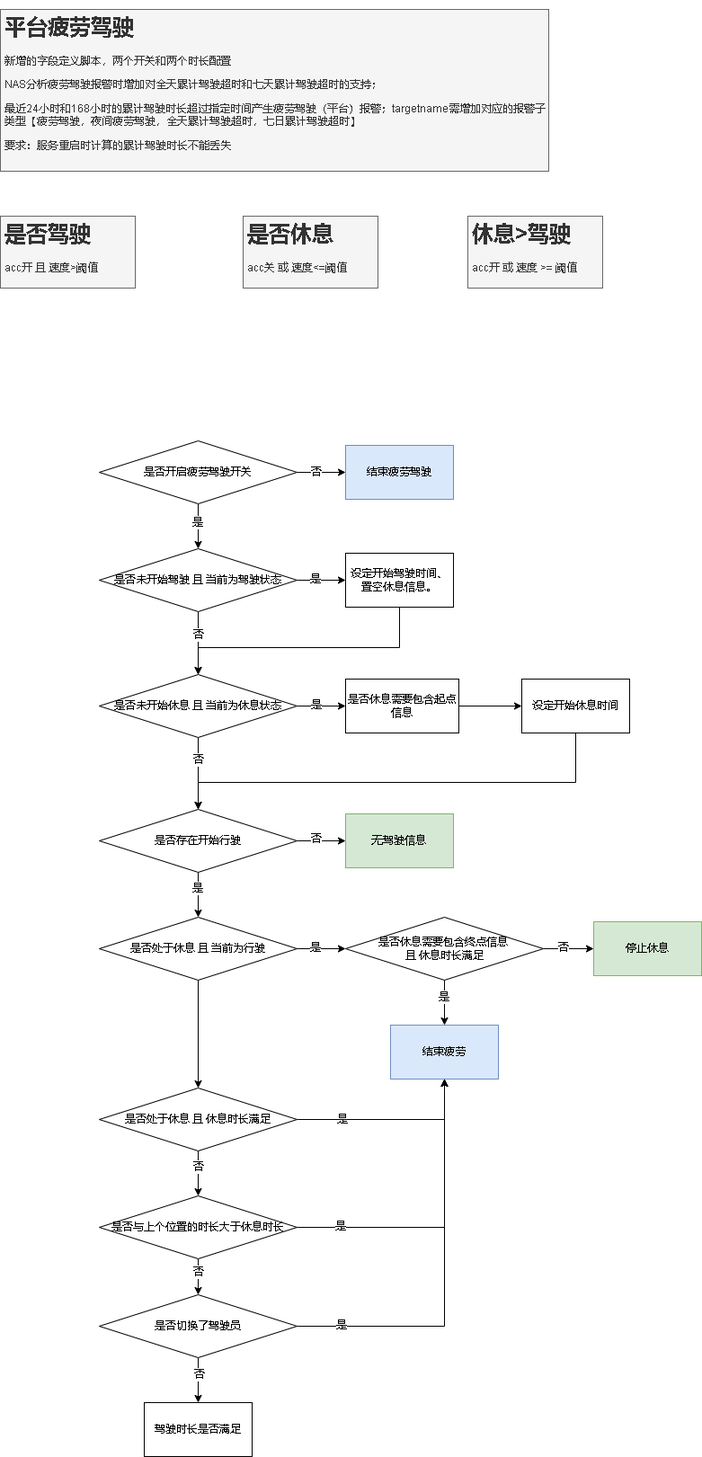
Earlier version of the draw.io export 平台疲劳驾驶.drawio.png (xktder/draw). Source tidied: cells renumbered, new cells last; positions are measured from the earlier drawing's top-left corner, leaving out a move shared by most shapes.
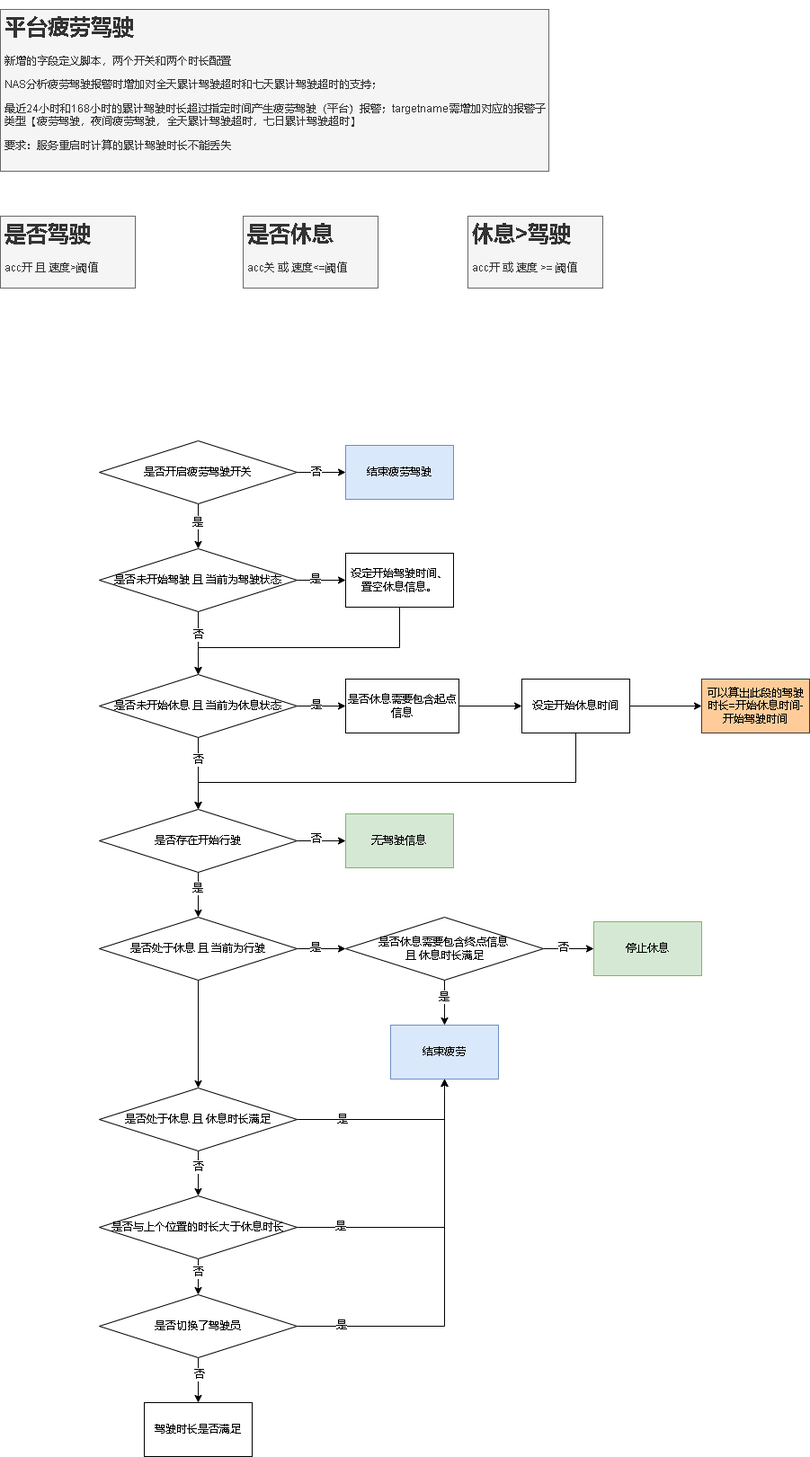
Later version of the same file.

Commit message:
更新平台疲劳驾驶.drawio.png

The edit, as a diff of the source:
```diff
@@ -89,6 +89,9 @@
         </Array>
       </mxGeometry>
     </mxCell>
+    <mxCell id="61" style="edgeStyle=orthogonalEdgeStyle;rounded=0;jettySize=auto;html=1;" parent="1" edge="1" source="27" target="62">
+      <mxGeometry relative="1" as="geometry" />
+    </mxCell>
     <mxCell id="27" value="设定开始休息时间" style="whiteSpace=wrap;html=1;" parent="1" vertex="1">
       <mxGeometry x="580" y="745" width="120" height="60" as="geometry" />
     </mxCell>
@@ -195,5 +198,8 @@
     <mxCell id="60" value="无驾驶信息" style="whiteSpace=wrap;html=1;fillColor=#d5e8d4;strokeColor=#82b366;" parent="1" vertex="1">
       <mxGeometry x="384" y="895" width="120" height="60" as="geometry" />
     </mxCell>
+    <mxCell id="62" value="可以算出此段的驾驶时长=开始休息时间-开始驾驶时间" style="whiteSpace=wrap;html=1;fillColor=#ffcc99;strokeColor=#36393d;" parent="1" vertex="1">
+      <mxGeometry x="780" y="745" width="120" height="60" as="geometry" />
+    </mxCell>
   </root>
 </mxGraphModel>
```
